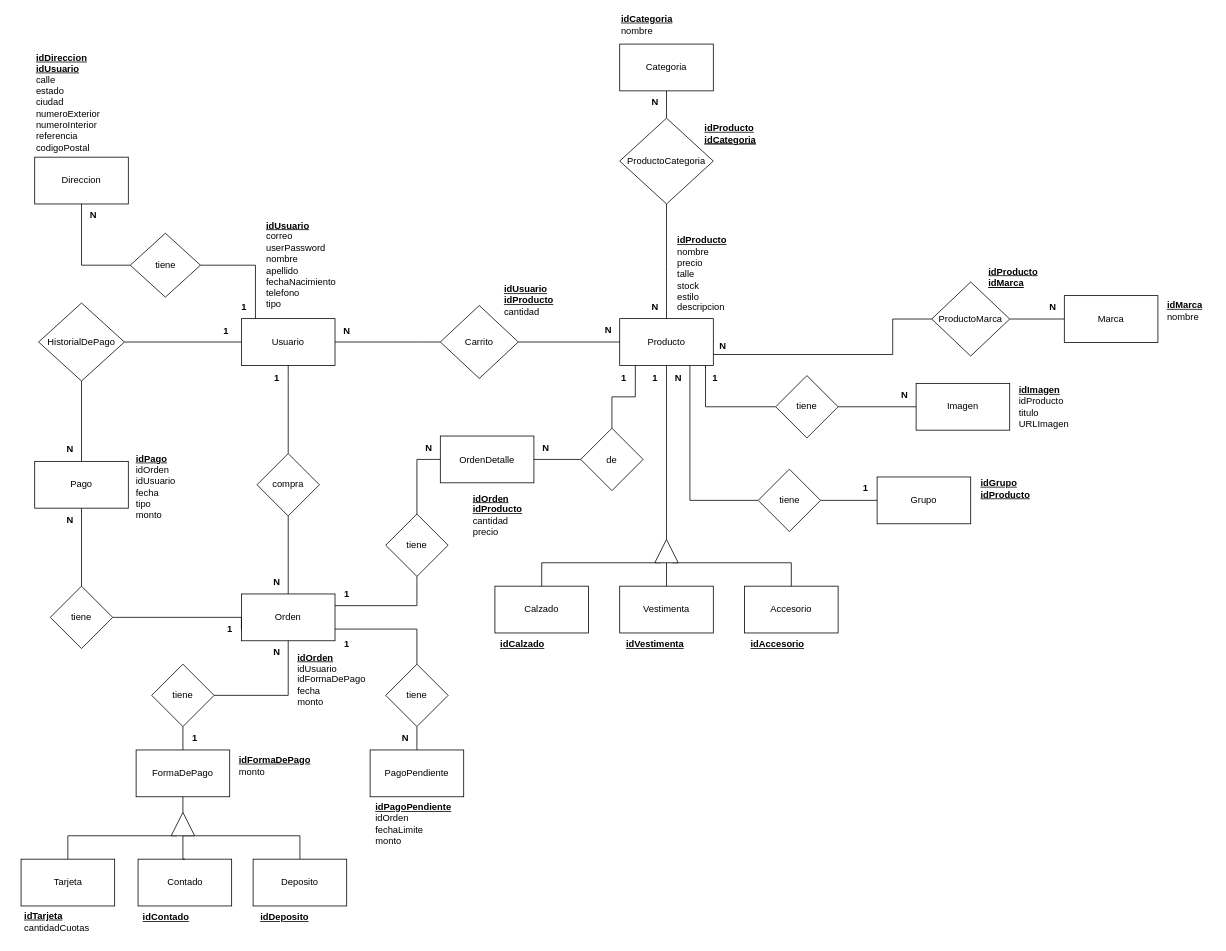
Above: documentacion-Ecommerce/MEREcommerce.drawio in YolausGG/ProyectosReact-TrocheGodoy (draw.io), before the change. Source tidied: cells renumbered, new cells numbered last; positions are measured from the earlier drawing's top-left corner, leaving out a move shared by most shapes. Both pictures are drawn from the tidied source at 78%, with x=0, y=0 at pixel (12, 16).
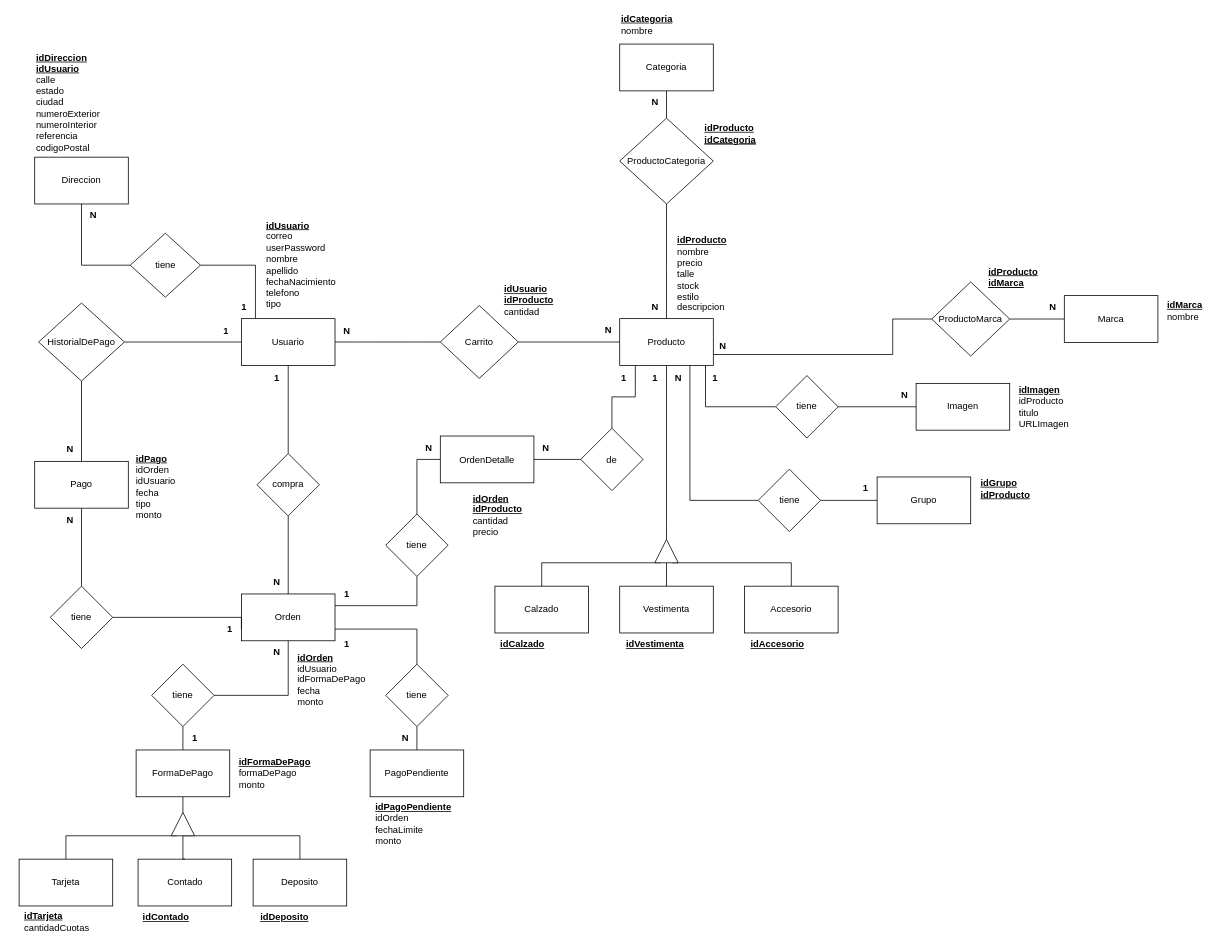
After the change.

The change refers to these unchanged cells:
```xml
<mxCell id="46" style="triangle;whiteSpace=wrap;html=1;rotation=-90;" parent="1" vertex="1">
  <mxGeometry x="203" y="1020" width="30" height="30" as="geometry" />
</mxCell>
```

The edit, as a diff of the source:
```diff
@@
     <mxCell id="41" value="Tarjeta" style="rounded=0;whiteSpace=wrap;html=1;" parent="1" vertex="1">
-      <mxGeometry x="10.5" y="1080" width="120" height="60" as="geometry" />
+      <mxGeometry x="8" y="1080" width="120" height="60" as="geometry" />
     </mxCell>
@@
     <mxCell id="43" style="edgeStyle=orthogonalEdgeStyle;rounded=0;jettySize=auto;html=1;exitX=0;exitY=0.25;exitDx=0;exitDy=0;entryX=0.5;entryY=0;entryDx=0;entryDy=0;endArrow=none;endFill=0;" parent="1" edge="1" source="46" target="41">
       <mxGeometry relative="1" as="geometry">
         <Array as="points">
-          <mxPoint x="71" y="1050" />
+          <mxPoint x="68" y="1050" />
         </Array>
       </mxGeometry>
     </mxCell>
@@
-    <mxCell id="48" value="&lt;div style=&quot;&quot;&gt;&lt;b style=&quot;background-color: initial;&quot;&gt;&lt;u&gt;idFormaDePago&lt;/u&gt;&lt;/b&gt;&lt;/div&gt;&lt;div style=&quot;&quot;&gt;&lt;span style=&quot;background-color: initial;&quot;&gt;monto&lt;/span&gt;&lt;/div&gt;" style="text;html=1;align=left;verticalAlign=middle;strokeColor=none;fillColor=none;" parent="1" vertex="1">
-      <mxGeometry x="288" y="940" width="120" height="40" as="geometry" />
+    <mxCell id="48" value="&lt;div style=&quot;&quot;&gt;&lt;b style=&quot;background-color: initial;&quot;&gt;&lt;u&gt;idFormaDePago&lt;/u&gt;&lt;/b&gt;&lt;/div&gt;&lt;div style=&quot;&quot;&gt;&lt;span style=&quot;background-color: initial;&quot;&gt;formaDePago&lt;/span&gt;&lt;/div&gt;&lt;div style=&quot;&quot;&gt;&lt;span style=&quot;background-color: initial;&quot;&gt;monto&lt;/span&gt;&lt;/div&gt;" style="text;html=1;align=left;verticalAlign=middle;strokeColor=none;fillColor=none;" parent="1" vertex="1">
+      <mxGeometry x="288" y="940" width="120" height="60" as="geometry" />
     </mxCell>
```
